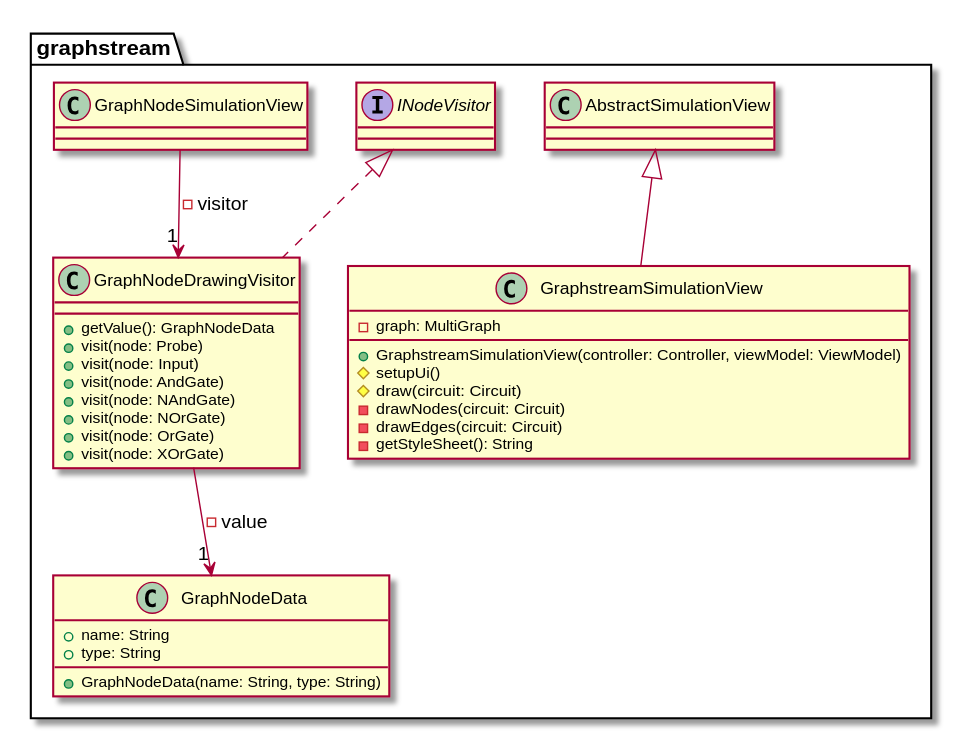
Above: docs/diagrams/build/dkdGuiViewGraphstream.svg in stevenliebregt/avans-dp1-sirkwie (PlantUML), before the change.
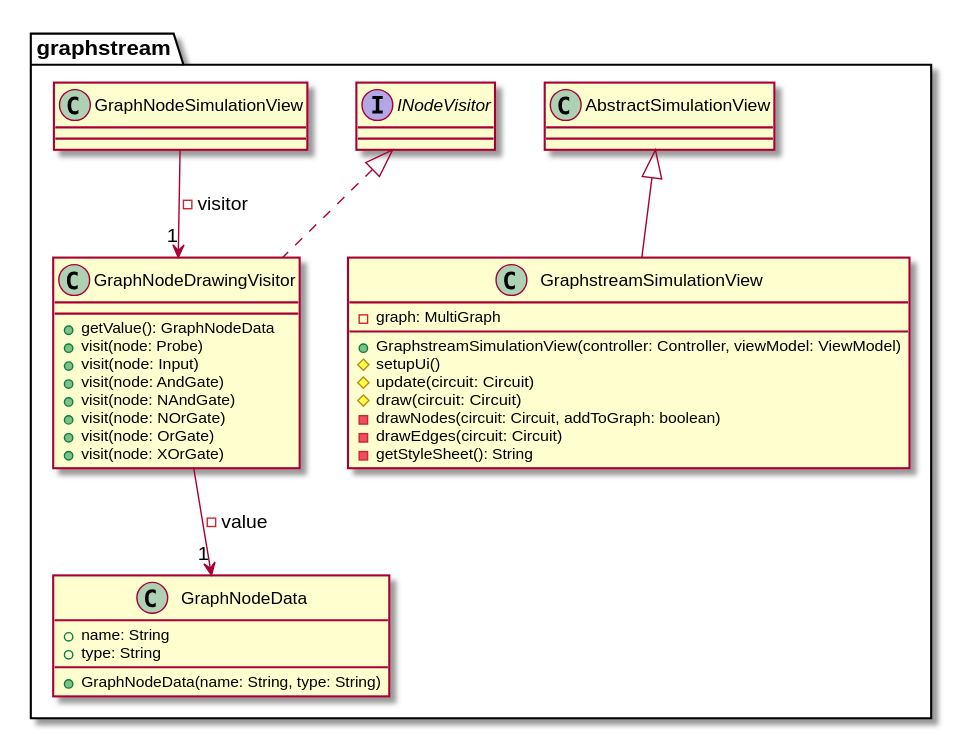
After the commit.

Change to the diagram source:
```diff
@@ -25,8 +25,9 @@
 
         +GraphstreamSimulationView(controller: Controller, viewModel: ViewModel)
         #setupUi()
+        #update(circuit: Circuit)
         #draw(circuit: Circuit)
-        -drawNodes(circuit: Circuit)
+        -drawNodes(circuit: Circuit, addToGraph: boolean)
         -drawEdges(circuit: Circuit)
         -getStyleSheet(): String
     }
```
